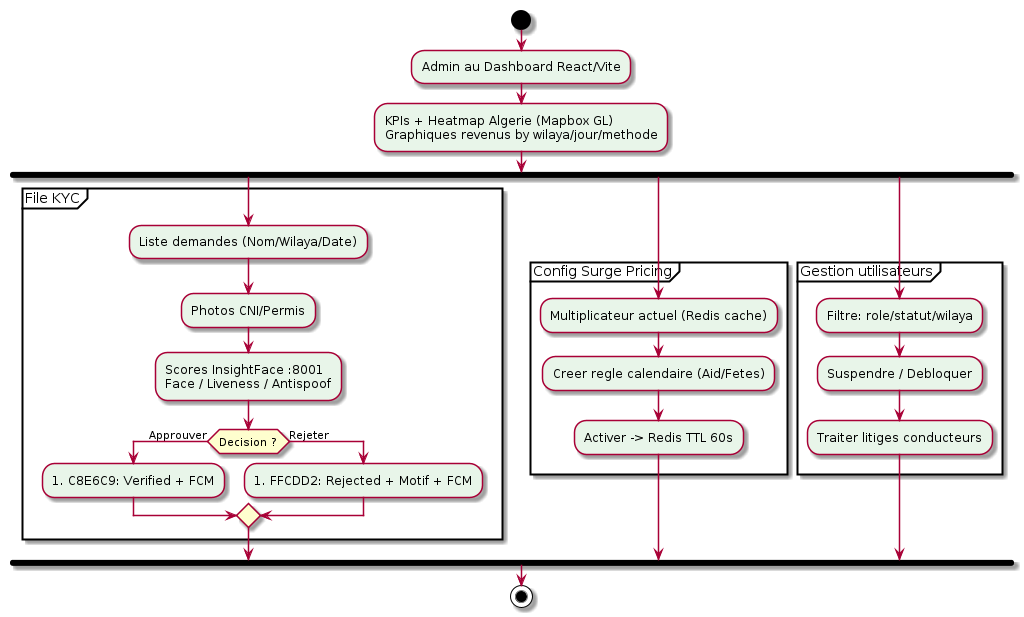
The PlantUML diagram figures/fig_admin_process.png in Belhormamohamed13/Memiore_RohWinBghit, before a commit. Its source is kept beside it as plantuml/fig_admin_process.puml. Its diagram source:
```plantuml
@startuml fig4_5_admin_process
skinparam backgroundColor white
skinparam defaultFontName Arial
skinparam ActivityBackgroundColor #E8F5E9

start
:Admin au Dashboard React/Vite;
:KPIs + Heatmap Algerie (Mapbox GL)\nGraphiques revenus by wilaya/jour/methode;
fork
    partition "File KYC" {
        :Liste demandes (Nom/Wilaya/Date);
        :Photos CNI/Permis;
        :Scores InsightFace :8001\nFace / Liveness / Antispoof;
        if (Decision ?) then (Approuver)
            :#C8E6C9: Verified + FCM;
        else (Rejeter)
            :#FFCDD2: Rejected + Motif + FCM;
        endif
    }
fork again
    partition "Config Surge Pricing" {
        :Multiplicateur actuel (Redis cache);
        :Creer regle calendaire (Aid/Fetes);
        :Activer -> Redis TTL 60s;
    }
fork again
    partition "Gestion utilisateurs" {
        :Filtre: role/statut/wilaya;
        :Suspendre / Debloquer;
        :Traiter litiges conducteurs;
    }
end fork
stop
@enduml
```
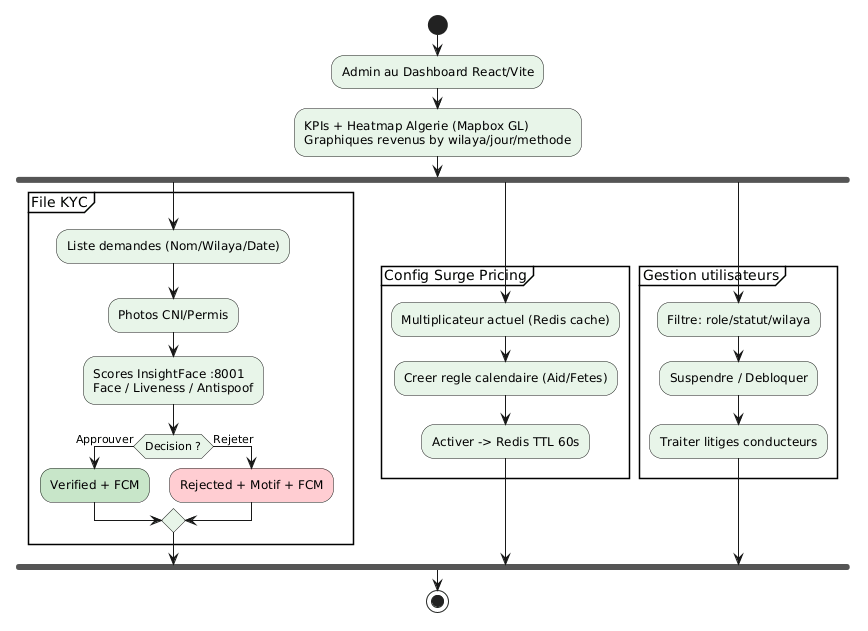
Later version of the same file.

The edit, as a diff of the source:
```diff
@@ -12,9 +12,9 @@
         :Photos CNI/Permis;
         :Scores InsightFace :8001\nFace / Liveness / Antispoof;
         if (Decision ?) then (Approuver)
-            :#C8E6C9: Verified + FCM;
+            :Verified + FCM; <<#C8E6C9>>
         else (Rejeter)
-            :#FFCDD2: Rejected + Motif + FCM;
+            :Rejected + Motif + FCM; <<#FFCDD2>>
         endif
     }
 fork again
```
